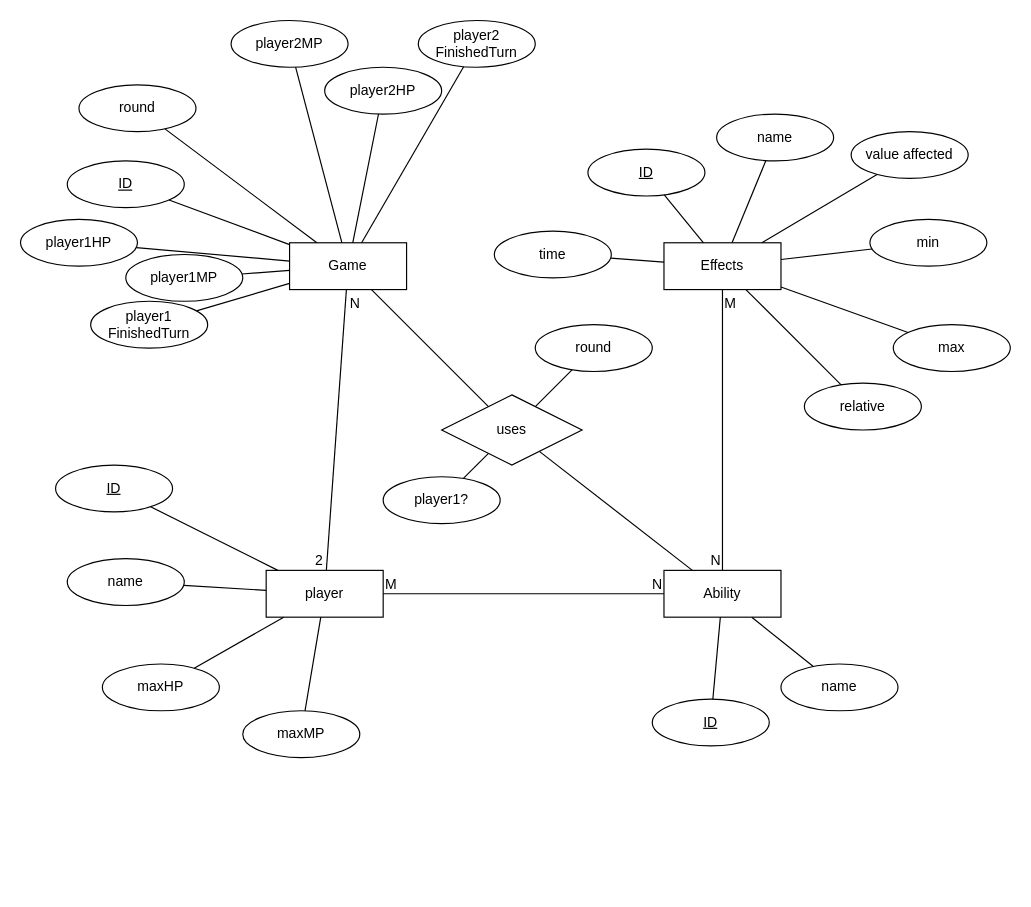
This is ER.drawio from Schatten2021/informatik_project_game-server, a draw.io file, before an edit. Source tidied: cells renumbered, new cells numbered last; positions are measured from the earlier drawing's top-left corner, leaving out a move shared by most shapes. Both pictures are drawn from the tidied source at 117%, with x=0, y=0 at pixel (20, 20).
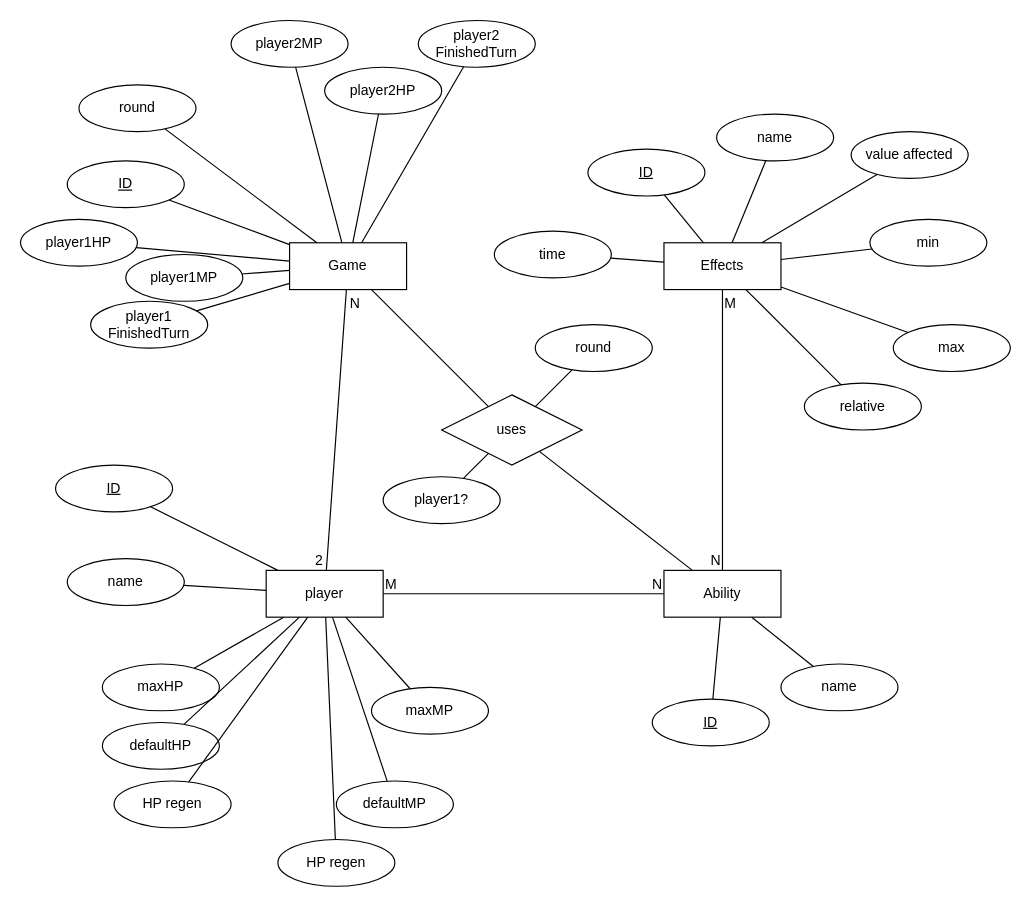
The same diagram, later.

The change refers to these unchanged cells:
```xml
<mxCell id="2" value="player" style="whiteSpace=wrap;html=1;align=center;" parent="1" vertex="1">
  <mxGeometry x="210" y="470" width="100" height="40" as="geometry" />
</mxCell>
```

The edit, as a diff of the source:
```diff
@@
     <mxCell id="9" value="maxMP" style="ellipse;whiteSpace=wrap;html=1;align=center;" parent="1" vertex="1">
-      <mxGeometry x="190" y="590" width="100" height="40" as="geometry" />
+      <mxGeometry x="300" y="570" width="100" height="40" as="geometry" />
     </mxCell>
@@
+    <mxCell id="64" value="defaultHP" style="ellipse;whiteSpace=wrap;html=1;align=center;" parent="1" vertex="1">
+      <mxGeometry x="70" y="600" width="100" height="40" as="geometry" />
+    </mxCell>
+    <mxCell id="65" style="endArrow=none;html=1;rounded=0;" parent="1" edge="1" source="64" target="2">
+      <mxGeometry relative="1" as="geometry" />
+    </mxCell>
+    <mxCell id="66" value="defaultMP" style="ellipse;whiteSpace=wrap;html=1;align=center;" parent="1" vertex="1">
+      <mxGeometry x="270" y="650" width="100" height="40" as="geometry" />
+    </mxCell>
+    <mxCell id="67" style="endArrow=none;html=1;rounded=0;" parent="1" edge="1" source="66" target="2">
+      <mxGeometry relative="1" as="geometry" />
+    </mxCell>
+    <mxCell id="68" value="HP regen" style="ellipse;whiteSpace=wrap;html=1;align=center;" parent="1" vertex="1">
+      <mxGeometry x="80" y="650" width="100" height="40" as="geometry" />
+    </mxCell>
+    <mxCell id="69" style="endArrow=none;html=1;rounded=0;" parent="1" edge="1" source="68" target="2">
+      <mxGeometry relative="1" as="geometry" />
+    </mxCell>
+    <mxCell id="70" value="HP regen" style="ellipse;whiteSpace=wrap;html=1;align=center;" parent="1" vertex="1">
+      <mxGeometry x="220" y="700" width="100" height="40" as="geometry" />
+    </mxCell>
+    <mxCell id="71" style="endArrow=none;html=1;rounded=0;" parent="1" edge="1" source="70" target="2">
+      <mxGeometry relative="1" as="geometry" />
+    </mxCell>
```
